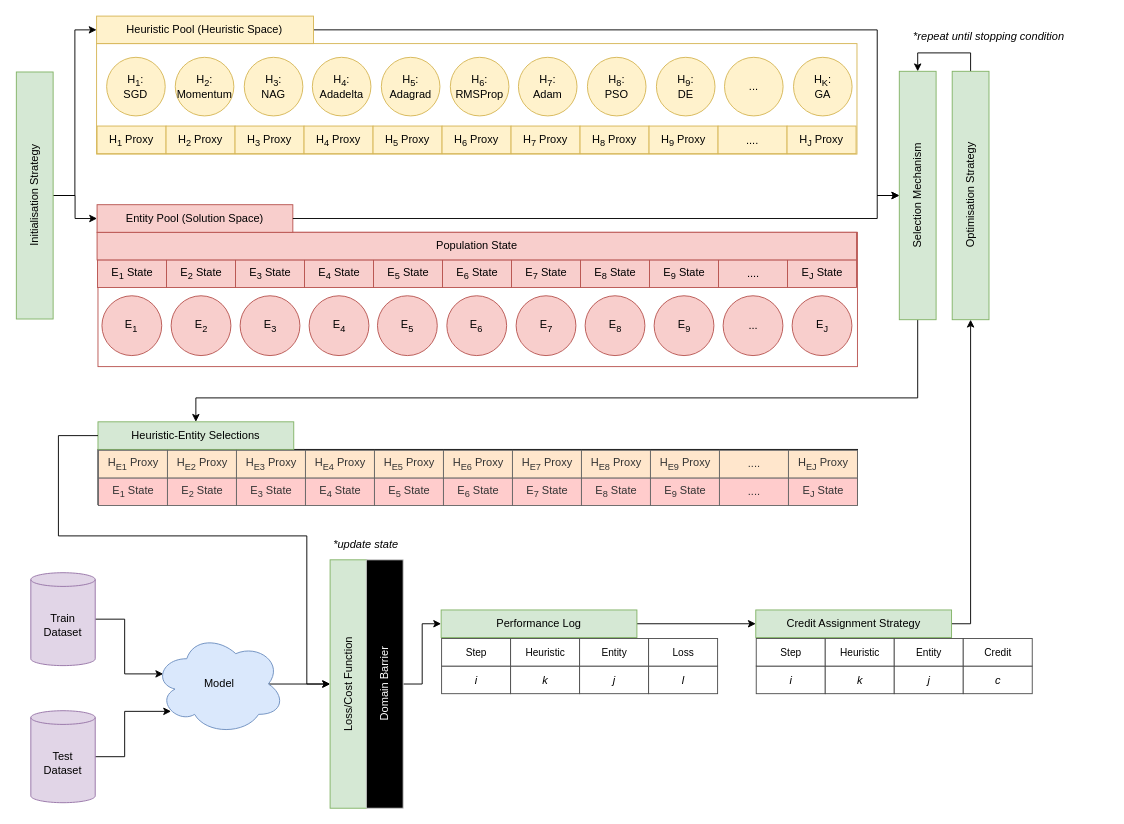
Earlier version of the draw.io diagram dissertation/designs/bhh_architecture.drawio (arneschreuder/masters). Source tidied: cells renumbered, new cells numbered last; positions are measured from the earlier drawing's top-left corner, leaving out a move shared by most shapes. Both pictures are drawn from the tidied source at 92%, with x=0, y=0 at pixel (-89, 16).
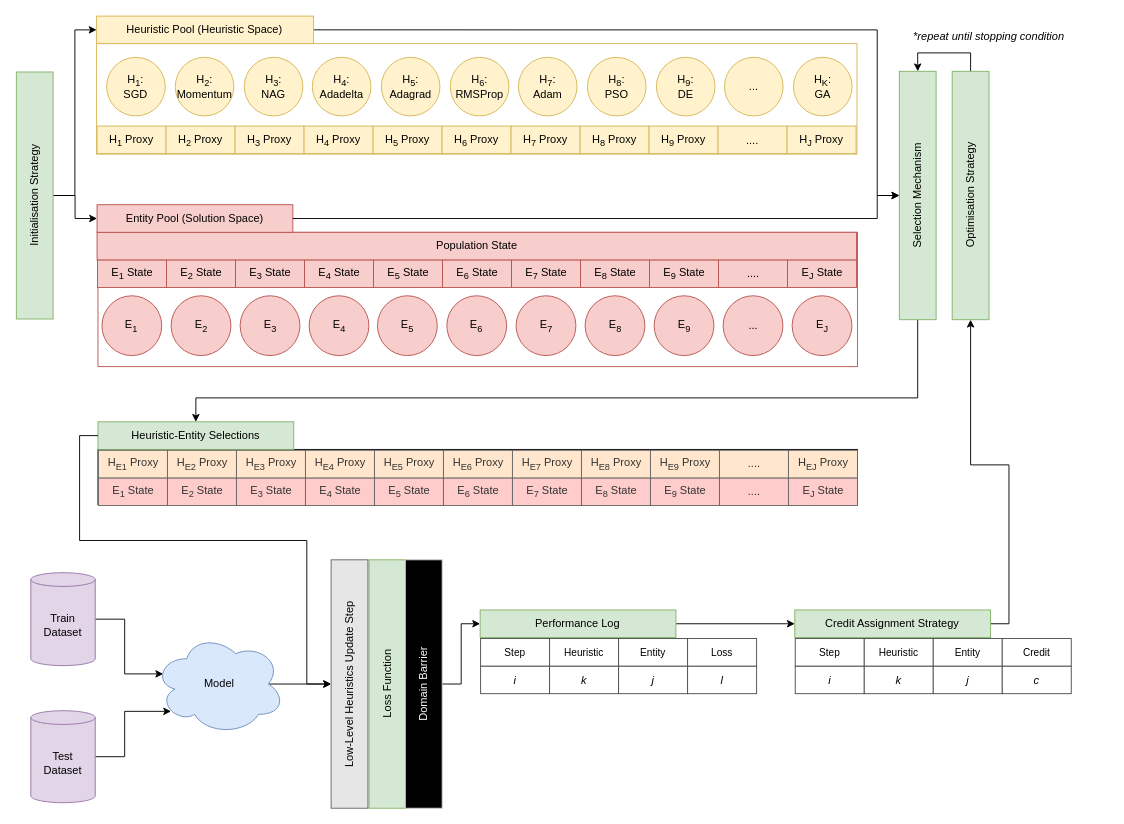
After the change.

Unchanged cells that the change refers to:
```xml
<mxCell id="34" value="&lt;span&gt;Heuristic-Entity Selections&lt;/span&gt;" style="text;html=1;align=center;verticalAlign=middle;whiteSpace=wrap;rounded=0;strokeColor=#82b366;fillColor=#d5e8d4;fontStyle=0;" parent="32" vertex="1">
  <mxGeometry width="212.8" height="30" as="geometry" />
</mxCell>
<mxCell id="88" value="Model" style="ellipse;shape=cloud;whiteSpace=wrap;html=1;fillColor=#dae8fc;strokeColor=#6c8ebf;fontStyle=0;" parent="1" vertex="1">
  <mxGeometry x="264" y="671" width="142" height="110" as="geometry" />
</mxCell>
```

What changed in the source:
```diff
@@
-    <mxCell id="87" style="edgeStyle=orthogonalEdgeStyle;rounded=0;jettySize=auto;html=1;exitX=0.875;exitY=0.5;exitDx=0;exitDy=0;exitPerimeter=0;entryX=0.5;entryY=0;entryDx=0;entryDy=0;fontStyle=0;" parent="1" edge="1" source="88" target="92">
-      <mxGeometry relative="1" as="geometry" />
-    </mxCell>
+    <mxCell id="122" style="edgeStyle=orthogonalEdgeStyle;rounded=0;jettySize=auto;html=1;exitX=0.875;exitY=0.5;exitDx=0;exitDy=0;exitPerimeter=0;entryX=0.5;entryY=0;entryDx=0;entryDy=0;" parent="1" edge="1" source="88" target="123">
+      <mxGeometry relative="1" as="geometry" />
+    </mxCell>
@@
-    <mxCell id="92" value="&lt;span&gt;Loss/Cost Function&lt;/span&gt;" style="text;html=1;strokeColor=#82b366;fillColor=#d5e8d4;align=center;verticalAlign=middle;whiteSpace=wrap;rounded=0;rotation=-90;fontStyle=0;" parent="1" vertex="1">
-      <mxGeometry x="340.3" y="706" width="270" height="40" as="geometry" />
+    <mxCell id="92" value="&lt;span&gt;Loss Function&lt;/span&gt;" style="text;html=1;strokeColor=#82b366;fillColor=#d5e8d4;align=center;verticalAlign=middle;whiteSpace=wrap;rounded=0;rotation=-90;fontStyle=0;" parent="1" vertex="1">
+      <mxGeometry x="382.7" y="706" width="270" height="40" as="geometry" />
     </mxCell>
-    <mxCell id="93" style="edgeStyle=orthogonalEdgeStyle;rounded=0;jettySize=auto;html=1;entryX=0.5;entryY=0;entryDx=0;entryDy=0;fontStyle=0;" parent="1" edge="1" source="34" target="92">
-      <mxGeometry relative="1" as="geometry">
-        <Array as="points">
-          <mxPoint x="160" y="456" />
-          <mxPoint x="160" y="565" />
-          <mxPoint x="430" y="565" />
-          <mxPoint x="430" y="726" />
-        </Array>
-      </mxGeometry>
-    </mxCell>
@@
     <mxCell id="97" value="&lt;span&gt;Domain Barrier&lt;/span&gt;" style="text;html=1;strokeColor=#CCCCCC;fillColor=#000000;align=center;verticalAlign=middle;whiteSpace=wrap;rounded=0;rotation=-90;fontColor=#FFFFFF;fontStyle=0;" parent="1" vertex="1">
-      <mxGeometry x="379.7" y="706" width="270" height="40" as="geometry" />
+      <mxGeometry x="422.1" y="706" width="270" height="40" as="geometry" />
     </mxCell>
@@
     <mxCell id="99" style="group;fontStyle=0;" parent="1" vertex="1">
-      <mxGeometry x="576" y="595" width="682.5" height="141.5" as="geometry" />
+      <mxGeometry x="618.4" y="595" width="682.5" height="141.5" as="geometry" />
     </mxCell>
@@
-    <mxCell id="121" value="*update state" style="text;html=1;strokeColor=none;fillColor=none;align=center;verticalAlign=middle;whiteSpace=wrap;rounded=0;fontStyle=2;" parent="1" vertex="1">
-      <mxGeometry x="441" y="560" width="107" height="30" as="geometry" />
-    </mxCell>
+    <mxCell id="123" value="Low-Level Heuristics Update Step" style="text;html=1;strokeColor=#666666;fillColor=#E6E6E6;align=center;verticalAlign=middle;whiteSpace=wrap;rounded=0;rotation=-90;fontStyle=0;" parent="1" vertex="1">
+      <mxGeometry x="341.4" y="706" width="270" height="40" as="geometry" />
+    </mxCell>
+    <mxCell id="124" style="edgeStyle=orthogonalEdgeStyle;rounded=0;jettySize=auto;html=1;exitX=0;exitY=0.5;exitDx=0;exitDy=0;entryX=0.5;entryY=0;entryDx=0;entryDy=0;" parent="1" edge="1" source="34" target="123">
+      <mxGeometry relative="1" as="geometry">
+        <Array as="points">
+          <mxPoint x="183" y="456" />
+          <mxPoint x="183" y="570" />
+          <mxPoint x="430" y="570" />
+          <mxPoint x="430" y="726" />
+        </Array>
+      </mxGeometry>
+    </mxCell>
```
